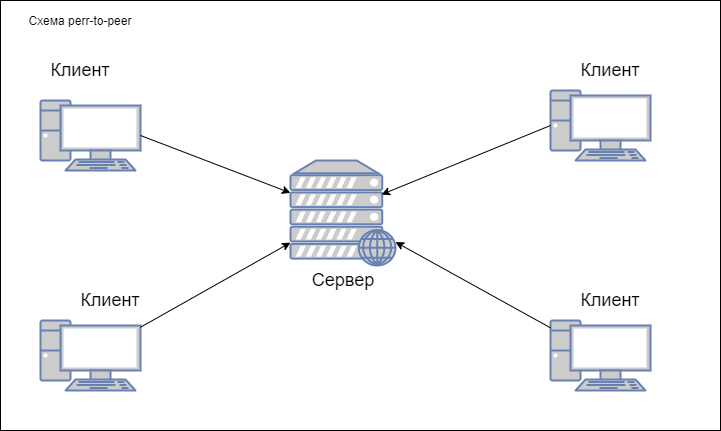
Above: docs/ch2/media/08_peer_2_peer.png in s-m-j/arch_course (draw.io), before the change. Source tidied: cells renumbered, new cells last; positions are measured from the earlier drawing's top-left corner, leaving out a move shared by most shapes.
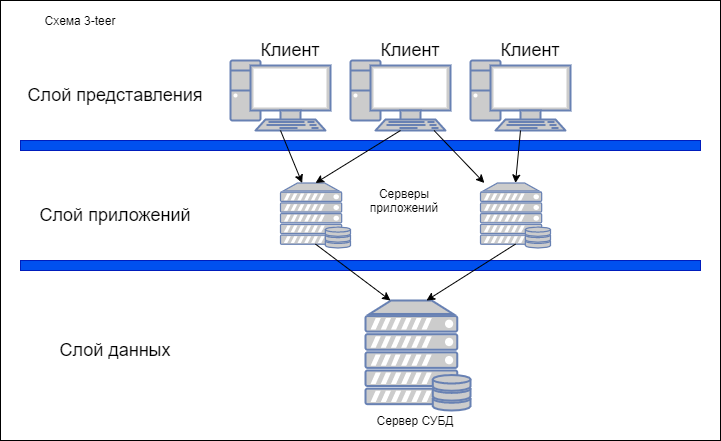
After the change.

Diff of the diagram source:
```diff
@@ -3,52 +3,76 @@
     <mxCell id="0" />
     <mxCell id="1" parent="0" />
     <mxCell id="2" style="rounded=0;whiteSpace=wrap;html=1;" parent="1" vertex="1">
-      <mxGeometry width="720" height="430" as="geometry" />
+      <mxGeometry width="720" height="440" as="geometry" />
     </mxCell>
-    <mxCell id="3" style="fontColor=#0066CC;verticalAlign=top;verticalLabelPosition=bottom;labelPosition=center;align=center;html=1;outlineConnect=0;fillColor=#CCCCCC;strokeColor=#6881B3;gradientColor=none;gradientDirection=north;strokeWidth=2;shape=mxgraph.networks.pc;" parent="1" vertex="1">
-      <mxGeometry x="40" y="100" width="100" height="70" as="geometry" />
-    </mxCell>
-    <mxCell id="4" value="&lt;font style=&quot;font-size: 18px&quot;&gt;Сервер&lt;/font&gt;" style="text;html=1;strokeColor=none;fillColor=none;align=center;verticalAlign=middle;whiteSpace=wrap;rounded=0;" parent="1" vertex="1">
-      <mxGeometry x="322.5" y="270" width="40" height="20" as="geometry" />
-    </mxCell>
-    <mxCell id="5" style="endArrow=classic;html=1;exitX=1;exitY=0.5;exitDx=0;exitDy=0;exitPerimeter=0;" parent="1" edge="1" source="3" target="7">
-      <mxGeometry relative="1" as="geometry" />
-    </mxCell>
-    <mxCell id="6" value="&lt;font style=&quot;font-size: 18px&quot;&gt;Клиент&lt;/font&gt;" style="text;html=1;strokeColor=none;fillColor=none;align=center;verticalAlign=middle;whiteSpace=wrap;rounded=0;" parent="1" vertex="1">
-      <mxGeometry x="60" y="60" width="40" height="20" as="geometry" />
+    <mxCell id="6" value="&lt;font style=&quot;font-size: 18px&quot;&gt;Слой представления&lt;/font&gt;" style="text;html=1;strokeColor=none;fillColor=none;align=center;verticalAlign=middle;whiteSpace=wrap;rounded=0;" parent="1" vertex="1">
+      <mxGeometry x="20" y="85" width="190" height="20" as="geometry" />
     </mxCell>
-    <mxCell id="7" style="fontColor=#0066CC;verticalAlign=top;verticalLabelPosition=bottom;labelPosition=center;align=center;html=1;outlineConnect=0;fillColor=#CCCCCC;strokeColor=#6881B3;gradientColor=none;gradientDirection=north;strokeWidth=2;shape=mxgraph.networks.web_server;" parent="1" vertex="1">
-      <mxGeometry x="290" y="160" width="105" height="105" as="geometry" />
-    </mxCell>
-    <mxCell id="8" style="fontColor=#0066CC;verticalAlign=top;verticalLabelPosition=bottom;labelPosition=center;align=center;html=1;outlineConnect=0;fillColor=#CCCCCC;strokeColor=#6881B3;gradientColor=none;gradientDirection=north;strokeWidth=2;shape=mxgraph.networks.pc;" parent="1" vertex="1">
-      <mxGeometry x="40" y="320" width="100" height="70" as="geometry" />
-    </mxCell>
-    <mxCell id="9" style="fontColor=#0066CC;verticalAlign=top;verticalLabelPosition=bottom;labelPosition=center;align=center;html=1;outlineConnect=0;fillColor=#CCCCCC;strokeColor=#6881B3;gradientColor=none;gradientDirection=north;strokeWidth=2;shape=mxgraph.networks.pc;" parent="1" vertex="1">
-      <mxGeometry x="550" y="90" width="100" height="70" as="geometry" />
-    </mxCell>
-    <mxCell id="10" style="fontColor=#0066CC;verticalAlign=top;verticalLabelPosition=bottom;labelPosition=center;align=center;html=1;outlineConnect=0;fillColor=#CCCCCC;strokeColor=#6881B3;gradientColor=none;gradientDirection=north;strokeWidth=2;shape=mxgraph.networks.pc;" parent="1" vertex="1">
-      <mxGeometry x="550" y="320" width="100" height="70" as="geometry" />
-    </mxCell>
-    <mxCell id="11" style="endArrow=classic;html=1;" parent="1" edge="1" source="8" target="7">
-      <mxGeometry relative="1" as="geometry" />
-    </mxCell>
-    <mxCell id="12" style="endArrow=classic;html=1;exitX=0;exitY=0.5;exitDx=0;exitDy=0;exitPerimeter=0;entryX=0.867;entryY=0.324;entryDx=0;entryDy=0;entryPerimeter=0;" parent="1" edge="1" source="9" target="7">
-      <mxGeometry relative="1" as="geometry" />
-    </mxCell>
-    <mxCell id="13" style="endArrow=classic;html=1;" parent="1" edge="1" source="10" target="7">
-      <mxGeometry relative="1" as="geometry" />
-    </mxCell>
-    <mxCell id="14" value="&lt;font style=&quot;font-size: 18px&quot;&gt;Клиент&lt;/font&gt;" style="text;html=1;strokeColor=none;fillColor=none;align=center;verticalAlign=middle;whiteSpace=wrap;rounded=0;" parent="1" vertex="1">
-      <mxGeometry x="590" y="60" width="40" height="20" as="geometry" />
-    </mxCell>
-    <mxCell id="15" value="&lt;font style=&quot;font-size: 18px&quot;&gt;Клиент&lt;/font&gt;" style="text;html=1;strokeColor=none;fillColor=none;align=center;verticalAlign=middle;whiteSpace=wrap;rounded=0;" parent="1" vertex="1">
-      <mxGeometry x="590" y="290" width="40" height="20" as="geometry" />
-    </mxCell>
-    <mxCell id="16" value="&lt;font style=&quot;font-size: 18px&quot;&gt;Клиент&lt;/font&gt;" style="text;html=1;strokeColor=none;fillColor=none;align=center;verticalAlign=middle;whiteSpace=wrap;rounded=0;" parent="1" vertex="1">
-      <mxGeometry x="90" y="290" width="40" height="20" as="geometry" />
-    </mxCell>
-    <mxCell id="17" value="Схема perr-to-peer" style="text;html=1;strokeColor=none;fillColor=none;align=center;verticalAlign=middle;whiteSpace=wrap;rounded=0;" parent="1" vertex="1">
+    <mxCell id="17" value="Схема 3-teer" style="text;html=1;strokeColor=none;fillColor=none;align=center;verticalAlign=middle;whiteSpace=wrap;rounded=0;" parent="1" vertex="1">
       <mxGeometry x="20" y="10" width="120" height="20" as="geometry" />
     </mxCell>
+    <mxCell id="18" style="fontColor=#0066CC;verticalAlign=top;verticalLabelPosition=bottom;labelPosition=center;align=center;html=1;outlineConnect=0;fillColor=#CCCCCC;strokeColor=#6881B3;gradientColor=none;gradientDirection=north;strokeWidth=2;shape=mxgraph.networks.pc;" parent="1" vertex="1">
+      <mxGeometry x="230" y="60" width="100" height="70" as="geometry" />
+    </mxCell>
+    <mxCell id="19" value="&lt;font style=&quot;font-size: 18px&quot;&gt;Клиент&lt;/font&gt;" style="text;html=1;strokeColor=none;fillColor=none;align=center;verticalAlign=middle;whiteSpace=wrap;rounded=0;" parent="1" vertex="1">
+      <mxGeometry x="270" y="40" width="40" height="20" as="geometry" />
+    </mxCell>
+    <mxCell id="20" style="fontColor=#0066CC;verticalAlign=top;verticalLabelPosition=bottom;labelPosition=center;align=center;html=1;outlineConnect=0;fillColor=#CCCCCC;strokeColor=#6881B3;gradientColor=none;gradientDirection=north;strokeWidth=2;shape=mxgraph.networks.pc;" parent="1" vertex="1">
+      <mxGeometry x="350" y="60" width="100" height="70" as="geometry" />
+    </mxCell>
+    <mxCell id="21" value="&lt;font style=&quot;font-size: 18px&quot;&gt;Клиент&lt;/font&gt;" style="text;html=1;strokeColor=none;fillColor=none;align=center;verticalAlign=middle;whiteSpace=wrap;rounded=0;" parent="1" vertex="1">
+      <mxGeometry x="390" y="40" width="40" height="20" as="geometry" />
+    </mxCell>
+    <mxCell id="22" style="fontColor=#0066CC;verticalAlign=top;verticalLabelPosition=bottom;labelPosition=center;align=center;html=1;outlineConnect=0;fillColor=#CCCCCC;strokeColor=#6881B3;gradientColor=none;gradientDirection=north;strokeWidth=2;shape=mxgraph.networks.pc;" parent="1" vertex="1">
+      <mxGeometry x="470" y="60" width="100" height="70" as="geometry" />
+    </mxCell>
+    <mxCell id="23" value="&lt;font style=&quot;font-size: 18px&quot;&gt;Клиент&lt;/font&gt;" style="text;html=1;strokeColor=none;fillColor=none;align=center;verticalAlign=middle;whiteSpace=wrap;rounded=0;" parent="1" vertex="1">
+      <mxGeometry x="510" y="40" width="40" height="20" as="geometry" />
+    </mxCell>
+    <mxCell id="24" style="rounded=0;whiteSpace=wrap;html=1;fillColor=#0050ef;strokeColor=#001DBC;fontColor=#ffffff;" parent="1" vertex="1">
+      <mxGeometry x="20" y="140" width="680" height="10" as="geometry" />
+    </mxCell>
+    <mxCell id="25" style="rounded=0;whiteSpace=wrap;html=1;fillColor=#0050ef;strokeColor=#001DBC;fontColor=#ffffff;" parent="1" vertex="1">
+      <mxGeometry x="20" y="260" width="680" height="10" as="geometry" />
+    </mxCell>
+    <mxCell id="26" style="fontColor=#0066CC;verticalAlign=top;verticalLabelPosition=bottom;labelPosition=center;align=center;html=1;outlineConnect=0;fillColor=#CCCCCC;strokeColor=#6881B3;gradientColor=none;gradientDirection=north;strokeWidth=2;shape=mxgraph.networks.server_storage;" parent="1" vertex="1">
+      <mxGeometry x="365" y="300" width="105" height="110" as="geometry" />
+    </mxCell>
+    <mxCell id="27" style="fontColor=#0066CC;verticalAlign=top;verticalLabelPosition=bottom;labelPosition=center;align=center;html=1;outlineConnect=0;fillColor=#CCCCCC;strokeColor=#6881B3;gradientColor=none;gradientDirection=north;strokeWidth=2;shape=mxgraph.networks.server_storage;" parent="1" vertex="1">
+      <mxGeometry x="280" y="182.5" width="70" height="65" as="geometry" />
+    </mxCell>
+    <mxCell id="28" style="fontColor=#0066CC;verticalAlign=top;verticalLabelPosition=bottom;labelPosition=center;align=center;html=1;outlineConnect=0;fillColor=#CCCCCC;strokeColor=#6881B3;gradientColor=none;gradientDirection=north;strokeWidth=2;shape=mxgraph.networks.server_storage;" parent="1" vertex="1">
+      <mxGeometry x="480" y="182.5" width="70" height="65" as="geometry" />
+    </mxCell>
+    <mxCell id="29" value="&lt;font style=&quot;font-size: 18px&quot;&gt;Слой приложений&lt;/font&gt;" style="text;html=1;strokeColor=none;fillColor=none;align=center;verticalAlign=middle;whiteSpace=wrap;rounded=0;" parent="1" vertex="1">
+      <mxGeometry x="20" y="205" width="190" height="20" as="geometry" />
+    </mxCell>
+    <mxCell id="30" value="&lt;font style=&quot;font-size: 18px&quot;&gt;Слой данных&lt;/font&gt;" style="text;html=1;strokeColor=none;fillColor=none;align=center;verticalAlign=middle;whiteSpace=wrap;rounded=0;" parent="1" vertex="1">
+      <mxGeometry x="20" y="340" width="190" height="20" as="geometry" />
+    </mxCell>
+    <mxCell id="31" style="endArrow=classic;html=1;" parent="1" edge="1" source="20" target="28">
+      <mxGeometry relative="1" as="geometry" />
+    </mxCell>
+    <mxCell id="32" style="endArrow=classic;html=1;exitX=0.5;exitY=1;exitDx=0;exitDy=0;exitPerimeter=0;entryX=0.5;entryY=0;entryDx=0;entryDy=0;entryPerimeter=0;" parent="1" edge="1" source="20" target="27">
+      <mxGeometry relative="1" as="geometry" />
+    </mxCell>
+    <mxCell id="33" style="endArrow=classic;html=1;exitX=0.5;exitY=1;exitDx=0;exitDy=0;exitPerimeter=0;" parent="1" edge="1" source="18" target="27">
+      <mxGeometry relative="1" as="geometry" />
+    </mxCell>
+    <mxCell id="34" style="endArrow=classic;html=1;exitX=0.5;exitY=1;exitDx=0;exitDy=0;exitPerimeter=0;entryX=0.5;entryY=0;entryDx=0;entryDy=0;entryPerimeter=0;" parent="1" edge="1" source="22" target="28">
+      <mxGeometry relative="1" as="geometry" />
+    </mxCell>
+    <mxCell id="35" style="endArrow=classic;html=1;exitX=0.5;exitY=0.94;exitDx=0;exitDy=0;exitPerimeter=0;entryX=0.238;entryY=0;entryDx=0;entryDy=0;entryPerimeter=0;" parent="1" edge="1" source="27" target="26">
+      <mxGeometry relative="1" as="geometry" />
+    </mxCell>
+    <mxCell id="36" style="endArrow=classic;html=1;exitX=0.5;exitY=0.94;exitDx=0;exitDy=0;exitPerimeter=0;entryX=0.581;entryY=0;entryDx=0;entryDy=0;entryPerimeter=0;" parent="1" edge="1" source="28" target="26">
+      <mxGeometry relative="1" as="geometry" />
+    </mxCell>
+    <mxCell id="37" value="Серверы приложений" style="text;html=1;strokeColor=none;fillColor=none;align=center;verticalAlign=middle;whiteSpace=wrap;rounded=0;" parent="1" vertex="1">
+      <mxGeometry x="384" y="190" width="40" height="20" as="geometry" />
+    </mxCell>
+    <mxCell id="38" value="Сервер СУБД" style="text;html=1;strokeColor=none;fillColor=none;align=center;verticalAlign=middle;whiteSpace=wrap;rounded=0;" parent="1" vertex="1">
+      <mxGeometry x="360" y="410" width="110" height="20" as="geometry" />
+    </mxCell>
   </root>
 </mxGraphModel>
```
